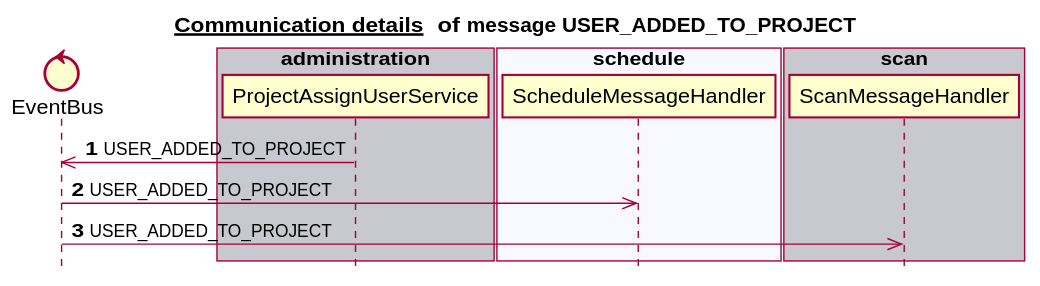
mercedes-benz/sechub keeps this PlantUML diagram as docs/latest/images/gen_domain_messaging_user_added_to_project.svg. Above is the earlier version.
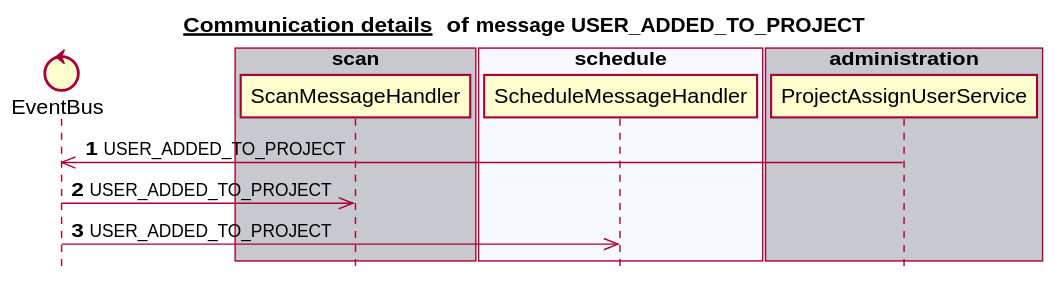
After the change.

Change to the diagram source:
```diff
@@ -6,23 +6,23 @@
 
 
 control EventBus
-box "notification" #C8C8CF
+box "scan" #C8C8CF
+   participant ScanMessageHandler
 end box
-box "authorization" #F8F8FF
+box "schedule" #F8F8FF
+   participant ScheduleMessageHandler
+end box
+box "authorization" #C8C8CF
+end box
+box "notification" #F8F8FF
 end box
 box "administration" #C8C8CF
    participant ProjectAssignUserService
 end box
-box "schedule" #F8F8FF
-   participant ScheduleMessageHandler
-end box
-box "scan" #C8C8CF
-   participant ScanMessageHandler
-end box
 autonumber 1
 ProjectAssignUserService ->> EventBus:USER_ADDED_TO_PROJECT
+EventBus ->> ScanMessageHandler:USER_ADDED_TO_PROJECT
 EventBus ->> ScheduleMessageHandler:USER_ADDED_TO_PROJECT
-EventBus ->> ScanMessageHandler:USER_ADDED_TO_PROJECT
 autonumber stop
 
 
```
